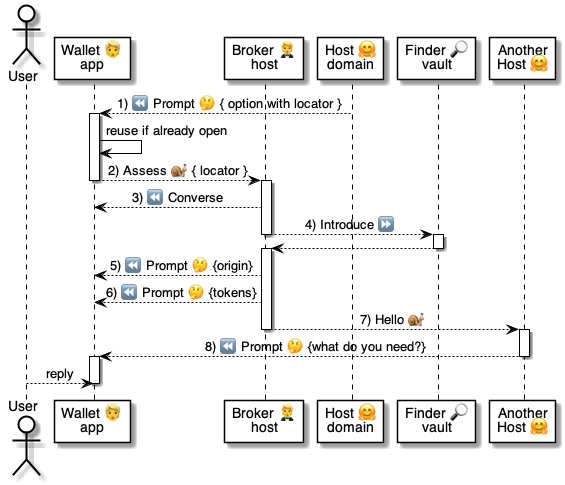
This is 5 ⏩ Flows/90 🧑‍🦰👉 Wallets/15 👉🔆 Locators/.📎 Assets/⚙️🤔 Prompt option.png from pollyweb-org/pollyweb-docs, a PlantUML export, as it was before one commit. Its source is kept beside it as 5 ⏩ Flows/90 🧑‍🦰👉 Wallets/15 👉🔆 Locators/.📎 Assets/⚙️🤔 Prompt option.puml.
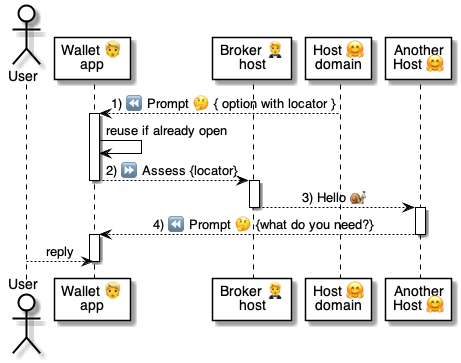
The same file after the commit.

Change to the diagram source:
```diff
@@ -6,7 +6,6 @@
   participant "Broker 🤵\nhost" as broker
 
 participant "Host 🤗\ndomain" as host
-participant "Finder 🔎\nvault" as finder
 participant "Another\nHost 🤗" as host2
 
 
@@ -14,30 +13,15 @@
 
 activate wallet
     wallet -> wallet: reuse if already open
-    wallet --> broker: 2) Assess 🐌 { locator }
+    wallet --> broker: 2) ⏩ Assess {locator}
 deactivate wallet
 
 activate broker
-
-
-        broker --> wallet: 3) ⏪ Converse
-
-
-        broker --> finder: 4) Introduce ⏩
-        deactivate broker
-            activate finder
-               finder --> broker
-            deactivate finder
-        activate broker
-
-
-    broker --> wallet: 5) ⏪ Prompt 🤔 {origin}
-    broker --> wallet: 6) ⏪ Prompt 🤔 {tokens}
-    broker --> host2:  7) Hello 🐌
+    broker --> host2:  3) Hello 🐌
 deactivate broker
 
 activate host2
-    host2 --> wallet: 8) ⏪ Prompt 🤔 {what do you need?}
+    host2 --> wallet: 4) ⏪ Prompt 🤔 {what do you need?}
 deactivate host2
 
 activate wallet
```
